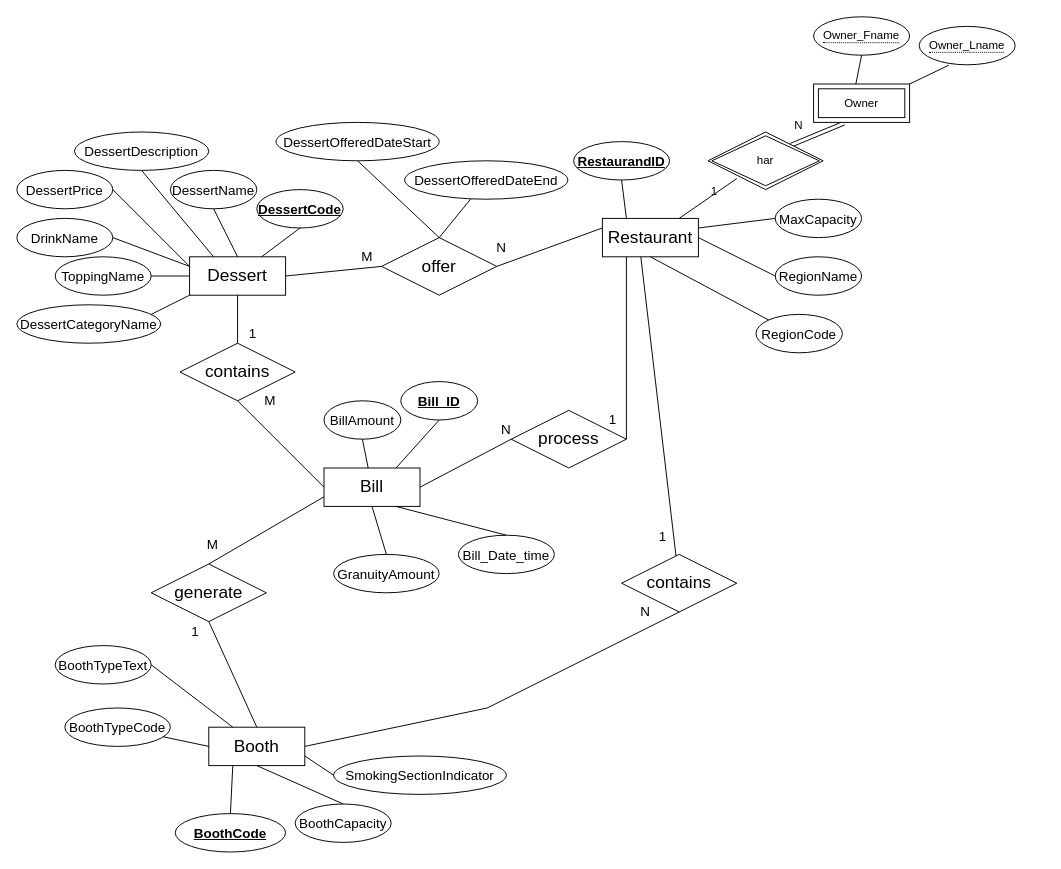
This is Labb3/N1/Dessert_DiagramN1.drawio from PyroG8r/Databaser-DT139G, a draw.io file, before an edit. Source tidied: cells renumbered, new cells numbered last; positions are measured from the earlier drawing's top-left corner, leaving out a move shared by most shapes. Both pictures are drawn from the tidied source at 96%, with x=0, y=0 at pixel (16, 16).
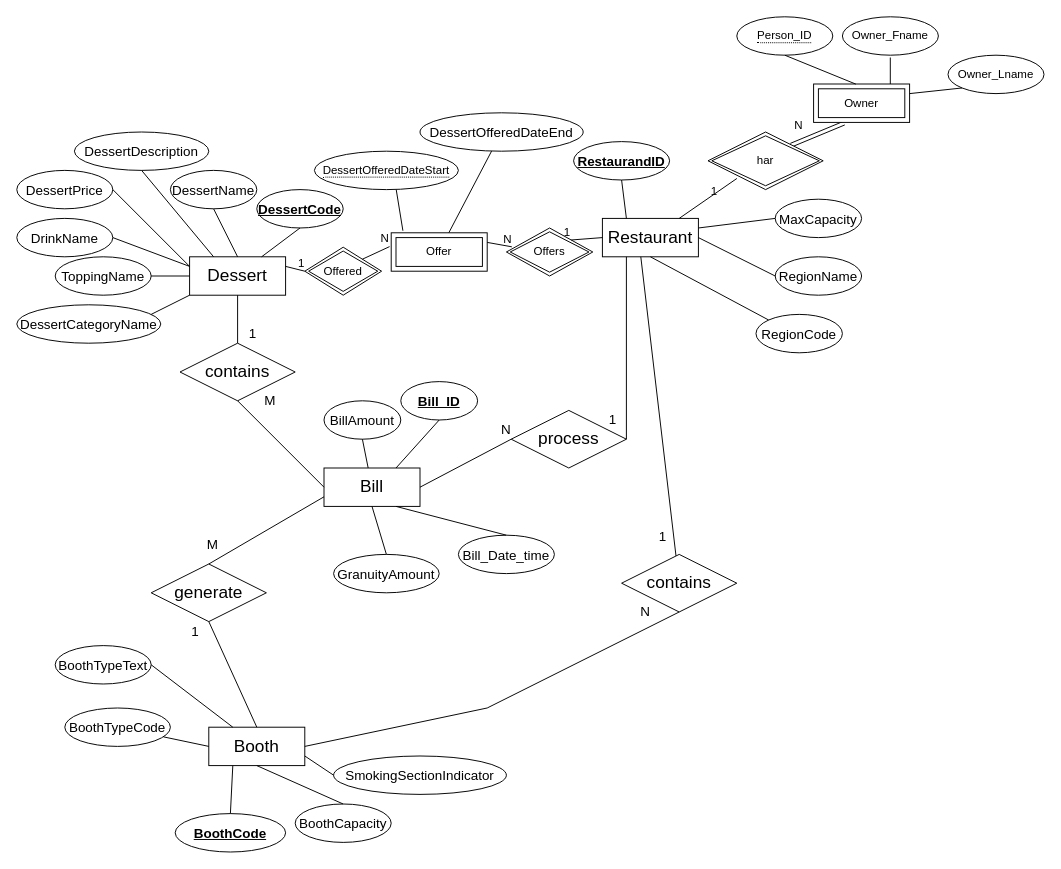
The same page after the edit.

The change refers to these unchanged cells:
```xml
<mxCell id="4" value="&lt;font style=&quot;font-size: 18px&quot;&gt;Restaurant&lt;/font&gt;" style="whiteSpace=wrap;html=1;align=center;" parent="1" vertex="1">
  <mxGeometry x="610" y="210" width="100" height="40" as="geometry" />
</mxCell>
<mxCell id="5" value="&lt;font style=&quot;font-size: 18px&quot;&gt;Dessert&lt;/font&gt;" style="whiteSpace=wrap;html=1;align=center;" parent="1" vertex="1">
  <mxGeometry x="180" y="250" width="100" height="40" as="geometry" />
</mxCell>
<mxCell id="78" value="Owner" style="shape=ext;margin=3;double=1;whiteSpace=wrap;html=1;align=center;" parent="1" vertex="1">
  <mxGeometry x="830" y="70" width="100" height="40" as="geometry" />
</mxCell>
```

Change to the diagram source:
```diff
@@
-    <mxCell id="8" value="offer" style="shape=rhombus;perimeter=rhombusPerimeter;whiteSpace=wrap;html=1;align=center;fontSize=18;" parent="1" vertex="1">
-      <mxGeometry x="380" y="230" width="120" height="60" as="geometry" />
-    </mxCell>
@@
-    <mxCell id="21" value="&lt;font style=&quot;font-size: 14px&quot;&gt;DessertOfferedDateStart&lt;/font&gt;" style="ellipse;whiteSpace=wrap;html=1;align=center;fontSize=18;" parent="1" vertex="1">
-      <mxGeometry x="270" y="110" width="170" height="40" as="geometry" />
-    </mxCell>
@@
-    <mxCell id="29" style="endArrow=none;html=1;rounded=0;fontSize=18;entryX=0.5;entryY=1;entryDx=0;entryDy=0;exitX=0.5;exitY=0;exitDx=0;exitDy=0;" parent="1" edge="1" source="8" target="21">
+    <mxCell id="29" style="endArrow=none;html=1;rounded=0;fontSize=18;entryX=0.568;entryY=0.997;entryDx=0;entryDy=0;exitX=0.122;exitY=-0.053;exitDx=0;exitDy=0;exitPerimeter=0;entryPerimeter=0;" parent="1" edge="1" source="87" target="21">
       <mxGeometry relative="1" as="geometry" />
     </mxCell>
@@
-    <mxCell id="39" style="endArrow=none;html=1;rounded=0;fontSize=14;entryX=1;entryY=0.5;entryDx=0;entryDy=0;exitX=0;exitY=0.25;exitDx=0;exitDy=0;" parent="1" edge="1" source="4" target="8">
-      <mxGeometry relative="1" as="geometry" />
-    </mxCell>
-    <mxCell id="40" value="N" style="html=1;align=right;verticalAlign=bottom;fontSize=14;" parent="39" vertex="1">
-      <mxGeometry x="1" relative="1" as="geometry">
-        <mxPoint x="10" y="-10" as="offset" />
-      </mxGeometry>
-    </mxCell>
-    <mxCell id="41" style="endArrow=none;html=1;rounded=0;fontSize=14;entryX=0;entryY=0.5;entryDx=0;entryDy=0;exitX=1;exitY=0.5;exitDx=0;exitDy=0;" parent="1" edge="1" source="5" target="8">
-      <mxGeometry relative="1" as="geometry" />
-    </mxCell>
-    <mxCell id="42" value="M" style="html=1;align=right;verticalAlign=bottom;fontSize=14;" parent="41" vertex="1">
-      <mxGeometry x="1" relative="1" as="geometry">
-        <mxPoint x="-9" as="offset" />
-      </mxGeometry>
-    </mxCell>
@@
-    <mxCell id="79" value="&lt;span style=&quot;border-bottom: 1px dotted&quot;&gt;Owner_Fname&lt;/span&gt;" style="ellipse;whiteSpace=wrap;html=1;align=center;" parent="1" vertex="1">
-      <mxGeometry x="830" width="100" height="40" as="geometry" />
+    <mxCell id="79" value="&lt;span style=&quot;border-bottom: 1px dotted&quot;&gt;Person_ID&lt;/span&gt;" style="ellipse;whiteSpace=wrap;html=1;align=center;" parent="1" vertex="1">
+      <mxGeometry x="750" width="100" height="40" as="geometry" />
     </mxCell>
@@
     <mxCell id="81" value="&lt;font style=&quot;font-size: 14px&quot;&gt;DessertOfferedDateEnd&lt;/font&gt;" style="ellipse;whiteSpace=wrap;html=1;align=center;fontSize=18;" parent="1" vertex="1">
-      <mxGeometry x="404" y="150" width="170" height="40" as="geometry" />
+      <mxGeometry x="420" y="100" width="170" height="40" as="geometry" />
     </mxCell>
-    <mxCell id="82" style="endArrow=none;html=1;rounded=0;fontSize=18;exitX=0.5;exitY=0;exitDx=0;exitDy=0;" parent="1" edge="1" source="8" target="81">
+    <mxCell id="82" style="endArrow=none;html=1;rounded=0;fontSize=18;exitX=0.6;exitY=0;exitDx=0;exitDy=0;exitPerimeter=0;" parent="1" edge="1" source="87" target="81">
       <mxGeometry relative="1" as="geometry" />
     </mxCell>
+    <mxCell id="84" style="endArrow=none;html=1;rounded=0;exitX=0.799;exitY=0;exitDx=0;exitDy=0;entryX=0.499;entryY=1.06;entryDx=0;entryDy=0;entryPerimeter=0;exitPerimeter=0;" parent="1" edge="1" source="78" target="85">
+      <mxGeometry relative="1" as="geometry" />
+    </mxCell>
+    <mxCell id="85" value="Owner_Fname" style="ellipse;whiteSpace=wrap;html=1;align=center;" parent="1" vertex="1">
+      <mxGeometry x="860" width="100" height="40" as="geometry" />
+    </mxCell>
-    <mxCell id="83" value="&lt;span style=&quot;border-bottom: 1px dotted&quot;&gt;Owner_Lname&lt;/span&gt;" style="ellipse;whiteSpace=wrap;html=1;align=center;" parent="1" vertex="1">
-      <mxGeometry x="940" y="10" width="100" height="40" as="geometry" />
+    <mxCell id="83" value="Owner_Lname" style="ellipse;whiteSpace=wrap;html=1;align=center;" parent="1" vertex="1">
+      <mxGeometry x="970" y="40" width="100" height="40" as="geometry" />
     </mxCell>
-    <mxCell id="84" style="endArrow=none;html=1;rounded=0;exitX=1;exitY=0;exitDx=0;exitDy=0;entryX=0.307;entryY=1.012;entryDx=0;entryDy=0;entryPerimeter=0;" parent="1" edge="1" source="78" target="83">
-      <mxGeometry relative="1" as="geometry" />
-    </mxCell>
+    <mxCell id="86" style="endArrow=none;html=1;rounded=0;exitX=1;exitY=0.25;exitDx=0;exitDy=0;entryX=0;entryY=1;entryDx=0;entryDy=0;" parent="1" edge="1" source="78" target="83">
+      <mxGeometry relative="1" as="geometry" />
+    </mxCell>
+    <mxCell id="87" value="Offer" style="shape=ext;margin=3;double=1;whiteSpace=wrap;html=1;align=center;" parent="1" vertex="1">
+      <mxGeometry x="390" y="225" width="100" height="40" as="geometry" />
+    </mxCell>
+    <mxCell id="88" value="Offered" style="shape=rhombus;double=1;perimeter=rhombusPerimeter;whiteSpace=wrap;html=1;align=center;" parent="1" vertex="1">
+      <mxGeometry x="300" y="240" width="80" height="50" as="geometry" />
+    </mxCell>
+    <mxCell id="89" value="Offers" style="shape=rhombus;double=1;perimeter=rhombusPerimeter;whiteSpace=wrap;html=1;align=center;" parent="1" vertex="1">
+      <mxGeometry x="510" y="220" width="90" height="50" as="geometry" />
+    </mxCell>
+    <mxCell id="21" value="&lt;span style=&quot;border-bottom: 1px dotted&quot;&gt;DessertOfferedDateStart&lt;/span&gt;" style="ellipse;whiteSpace=wrap;html=1;align=center;" parent="1" vertex="1">
+      <mxGeometry x="310" y="140" width="150" height="40" as="geometry" />
+    </mxCell>
+    <mxCell id="90" style="endArrow=none;html=1;rounded=0;entryX=0;entryY=0.5;entryDx=0;entryDy=0;exitX=1;exitY=0.25;exitDx=0;exitDy=0;" parent="1" edge="1" source="5" target="88">
+      <mxGeometry relative="1" as="geometry" />
+    </mxCell>
+    <mxCell id="91" value="1" style="html=1;align=right;verticalAlign=bottom;" parent="90" vertex="1">
+      <mxGeometry x="1" relative="1" as="geometry" />
+    </mxCell>
+    <mxCell id="92" style="endArrow=none;html=1;rounded=0;exitX=1;exitY=0;exitDx=0;exitDy=0;entryX=-0.017;entryY=0.36;entryDx=0;entryDy=0;entryPerimeter=0;" parent="1" edge="1" source="88" target="87">
+      <mxGeometry relative="1" as="geometry" />
+    </mxCell>
+    <mxCell id="93" value="N" style="html=1;align=right;verticalAlign=bottom;" parent="92" vertex="1">
+      <mxGeometry x="1" relative="1" as="geometry" />
+    </mxCell>
+    <mxCell id="94" style="endArrow=none;html=1;rounded=0;exitX=0;exitY=0.5;exitDx=0;exitDy=0;entryX=1;entryY=0;entryDx=0;entryDy=0;" parent="1" edge="1" source="4" target="89">
+      <mxGeometry relative="1" as="geometry" />
+    </mxCell>
+    <mxCell id="95" value="1" style="html=1;align=right;verticalAlign=bottom;" parent="94" vertex="1">
+      <mxGeometry x="1" relative="1" as="geometry" />
+    </mxCell>
+    <mxCell id="96" style="endArrow=none;html=1;rounded=0;exitX=1;exitY=0.25;exitDx=0;exitDy=0;entryX=0.063;entryY=0.392;entryDx=0;entryDy=0;entryPerimeter=0;" parent="1" edge="1" source="87" target="89">
+      <mxGeometry relative="1" as="geometry" />
+    </mxCell>
+    <mxCell id="97" value="N" style="html=1;align=right;verticalAlign=bottom;" parent="96" vertex="1">
+      <mxGeometry x="1" relative="1" as="geometry" />
+    </mxCell>
```
